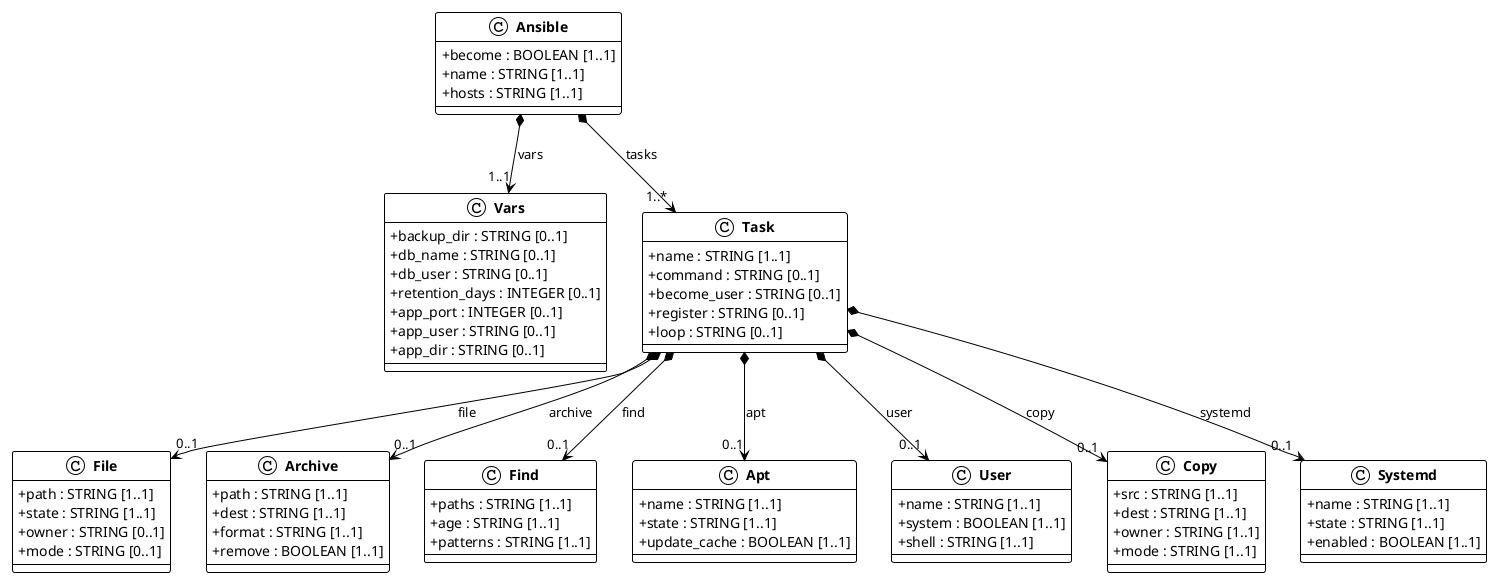
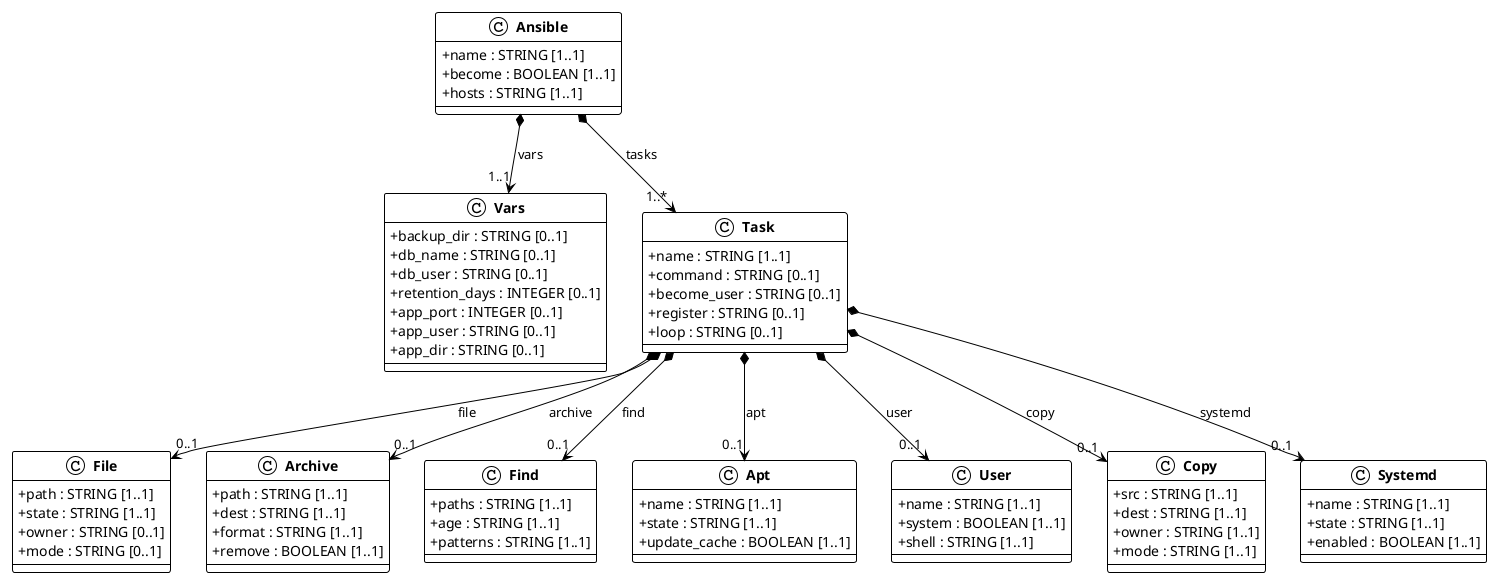
@startuml ansible
!theme plain
skinparam classAttributeIconSize 0
skinparam classFontStyle bold

class Ansible{
+   + name : STRING [1..1]
  + become : BOOLEAN [1..1]
-   + name : STRING [1..1]
  + hosts : STRING [1..1]
}

class Vars{
  + backup_dir : STRING [0..1]
  + db_name : STRING [0..1]
  + db_user : STRING [0..1]
  + retention_days : INTEGER [0..1]
  + app_port : INTEGER [0..1]
  + app_user : STRING [0..1]
  + app_dir : STRING [0..1]
}

class Task{
  + name : STRING [1..1]
  + command : STRING [0..1]
  + become_user : STRING [0..1]
  + register : STRING [0..1]
  + loop : STRING [0..1]
}

class File{
  + path : STRING [1..1]
  + state : STRING [1..1]
  + owner : STRING [0..1]
  + mode : STRING [0..1]
}

class Archive{
  + path : STRING [1..1]
  + dest : STRING [1..1]
  + format : STRING [1..1]
  + remove : BOOLEAN [1..1]
}

class Find{
  + paths : STRING [1..1]
  + age : STRING [1..1]
  + patterns : STRING [1..1]
}

class Apt{
  + name : STRING [1..1]
  + state : STRING [1..1]
  + update_cache : BOOLEAN [1..1]
}

class User{
  + name : STRING [1..1]
  + system : BOOLEAN [1..1]
  + shell : STRING [1..1]
}

class Copy{
  + src : STRING [1..1]
  + dest : STRING [1..1]
  + owner : STRING [1..1]
  + mode : STRING [1..1]
}

class Systemd{
  + name : STRING [1..1]
  + state : STRING [1..1]
  + enabled : BOOLEAN [1..1]
}

Ansible *--> "1..1" Vars : vars
Ansible *--> "1..*" Task : tasks
Task *--> "0..1" File : file
Task *--> "0..1" Archive : archive
Task *--> "0..1" Find : find
Task *--> "0..1" Apt : apt
Task *--> "0..1" User : user
Task *--> "0..1" Copy : copy
Task *--> "0..1" Systemd : systemd

@enduml
